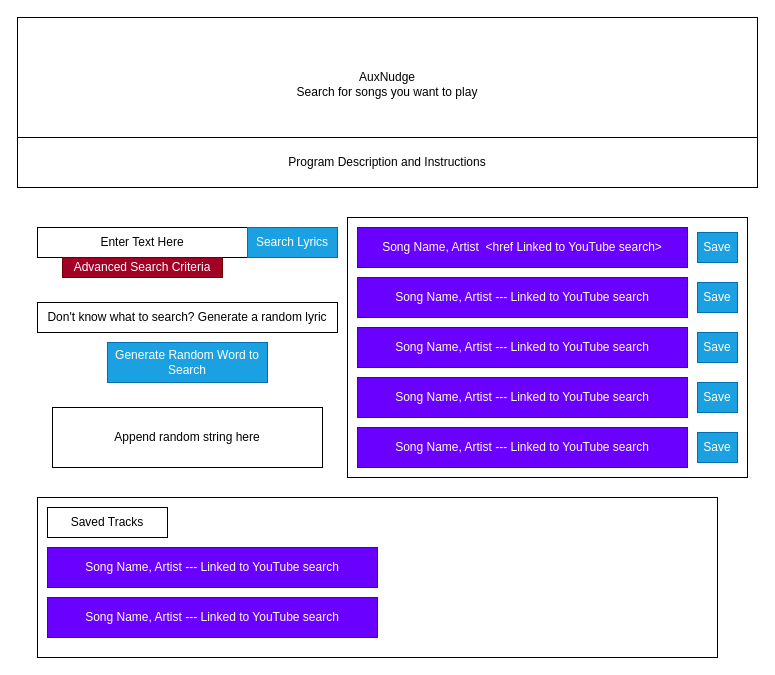
This is page "Main Page" (1 of 2) of grid.drawio from ccaitano/aux-nudge, a draw.io file, before an edit. Source tidied: cells renumbered, new cells numbered last; positions are measured from the earlier drawing's top-left corner, leaving out a move shared by most shapes. Both pictures are drawn from the tidied source at 100%, with x=0, y=0 at pixel (17, 17).
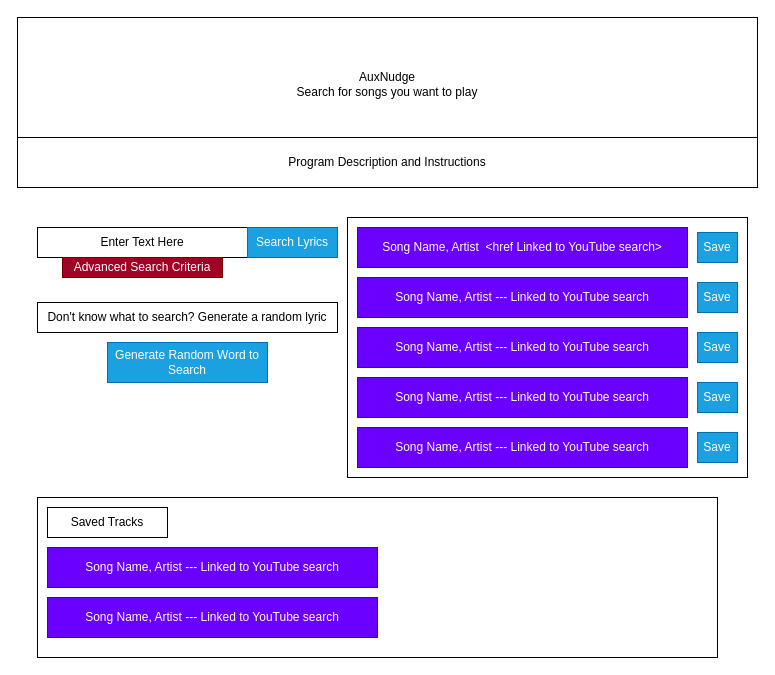
Above is the later version.

Diff of the diagram source:
```diff
@@
-    <mxCell id="8" value="Append random string here" style="whiteSpace=wrap;html=1;" parent="1" vertex="1">
-      <mxGeometry x="35" y="390" width="270" height="60" as="geometry" />
-    </mxCell>
```
